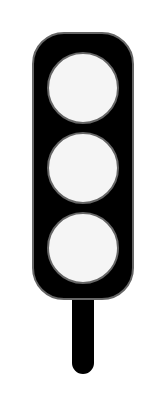
Before: assets/images/trafficlight.drawio in priobike/priobike-flutter-app, a draw.io diagram. Source tidied: cells renumbered, new cells numbered last; positions are measured from the earlier drawing's top-left corner, leaving out a move shared by most shapes. Both pictures are drawn from the tidied source at 200%, with x=0, y=0 at pixel (32, 32).
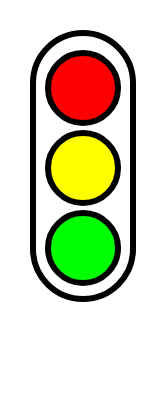
Above is the later version.

The edit, as a diff of the source:
```diff
@@
 <mxGraphModel>
   <root>
     <mxCell id="0" />
     <mxCell id="1" parent="0" />
-    <mxCell id="2" style="rounded=1;whiteSpace=wrap;html=1;fillColor=#000000;arcSize=50;" parent="1" vertex="1">
-      <mxGeometry x="20" y="110" width="10" height="60" as="geometry" />
-    </mxCell>
-    <mxCell id="3" style="rounded=1;whiteSpace=wrap;html=1;perimeterSpacing=0;arcSize=31;fillColor=#000000;strokeColor=#666666;" parent="1" vertex="1">
+    <mxCell id="3" style="rounded=1;whiteSpace=wrap;html=1;perimeterSpacing=0;arcSize=50;strokeWidth=3;" parent="1" vertex="1">
       <mxGeometry width="50" height="133" as="geometry" />
     </mxCell>
-    <mxCell id="4" style="ellipse;whiteSpace=wrap;html=1;fillColor=#f5f5f5;fontColor=#333333;strokeColor=#666666;" parent="1" vertex="1">
+    <mxCell id="4" style="ellipse;whiteSpace=wrap;html=1;fillColor=#FF0000;fontColor=#333333;strokeColor=#000000;strokeWidth=3;" parent="1" vertex="1">
       <mxGeometry x="7.5" y="10" width="35" height="35" as="geometry" />
     </mxCell>
-    <mxCell id="5" style="ellipse;whiteSpace=wrap;html=1;fillColor=#f5f5f5;fontColor=#333333;strokeColor=#666666;" parent="1" vertex="1">
+    <mxCell id="5" style="ellipse;whiteSpace=wrap;html=1;fillColor=#FFFF00;fontColor=#333333;strokeColor=#000000;strokeWidth=3;" parent="1" vertex="1">
       <mxGeometry x="7.5" y="50" width="35" height="35" as="geometry" />
     </mxCell>
-    <mxCell id="6" style="ellipse;whiteSpace=wrap;html=1;fillColor=#f5f5f5;fontColor=#333333;strokeColor=#666666;" parent="1" vertex="1">
+    <mxCell id="6" style="ellipse;whiteSpace=wrap;html=1;fillColor=#00FF00;fontColor=#333333;strokeColor=#000000;strokeWidth=3;" parent="1" vertex="1">
       <mxGeometry x="7.5" y="90" width="35" height="35" as="geometry" />
     </mxCell>
   </root>
 </mxGraphModel>
```
